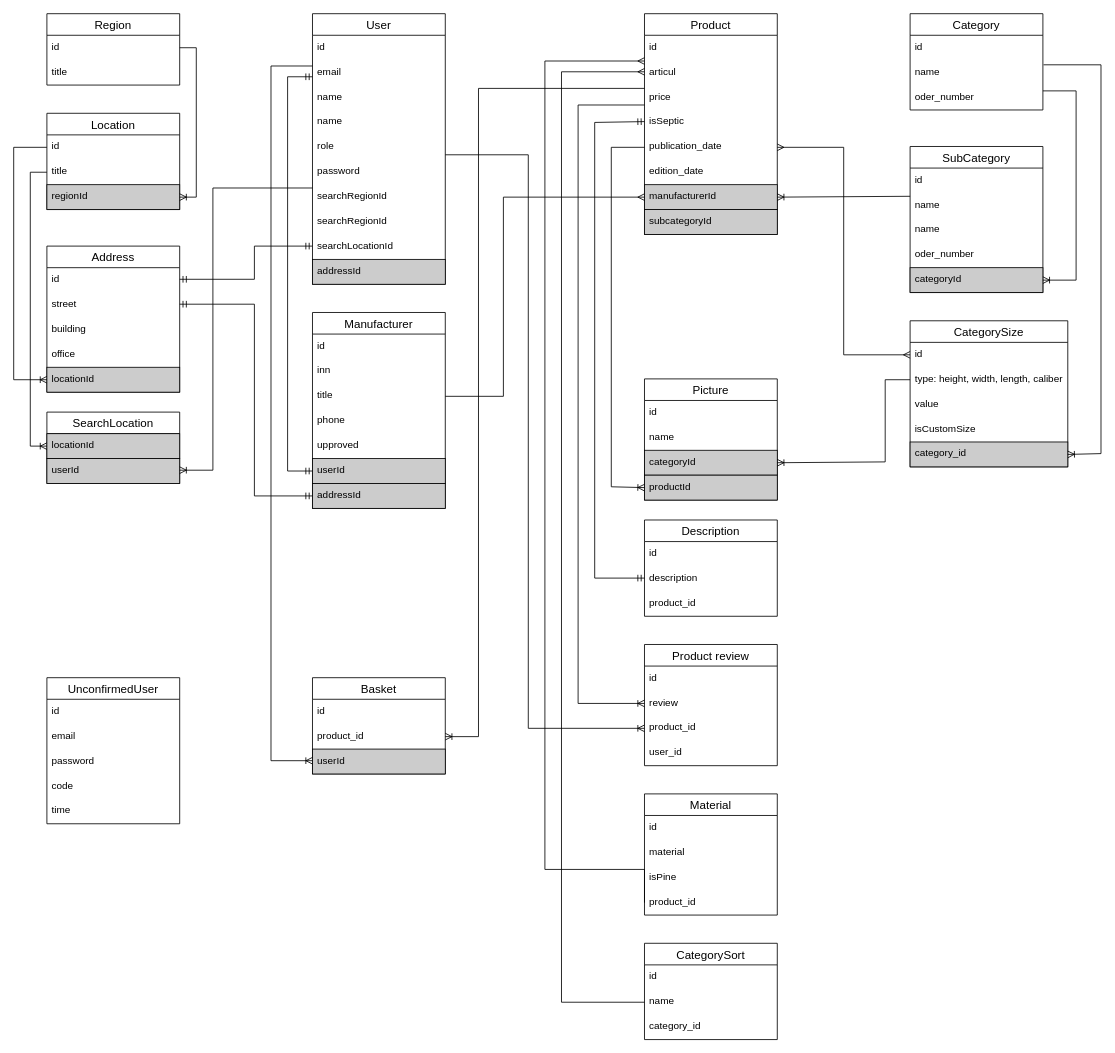
This is lesopilka.drawio from alexeyk500/lesopilka_backend, a draw.io file, before an edit. Source tidied: cells renumbered, new cells numbered last; positions are measured from the earlier drawing's top-left corner, leaving out a move shared by most shapes. Both pictures are drawn from the tidied source at 83%, with x=0, y=0 at pixel (13, 13).
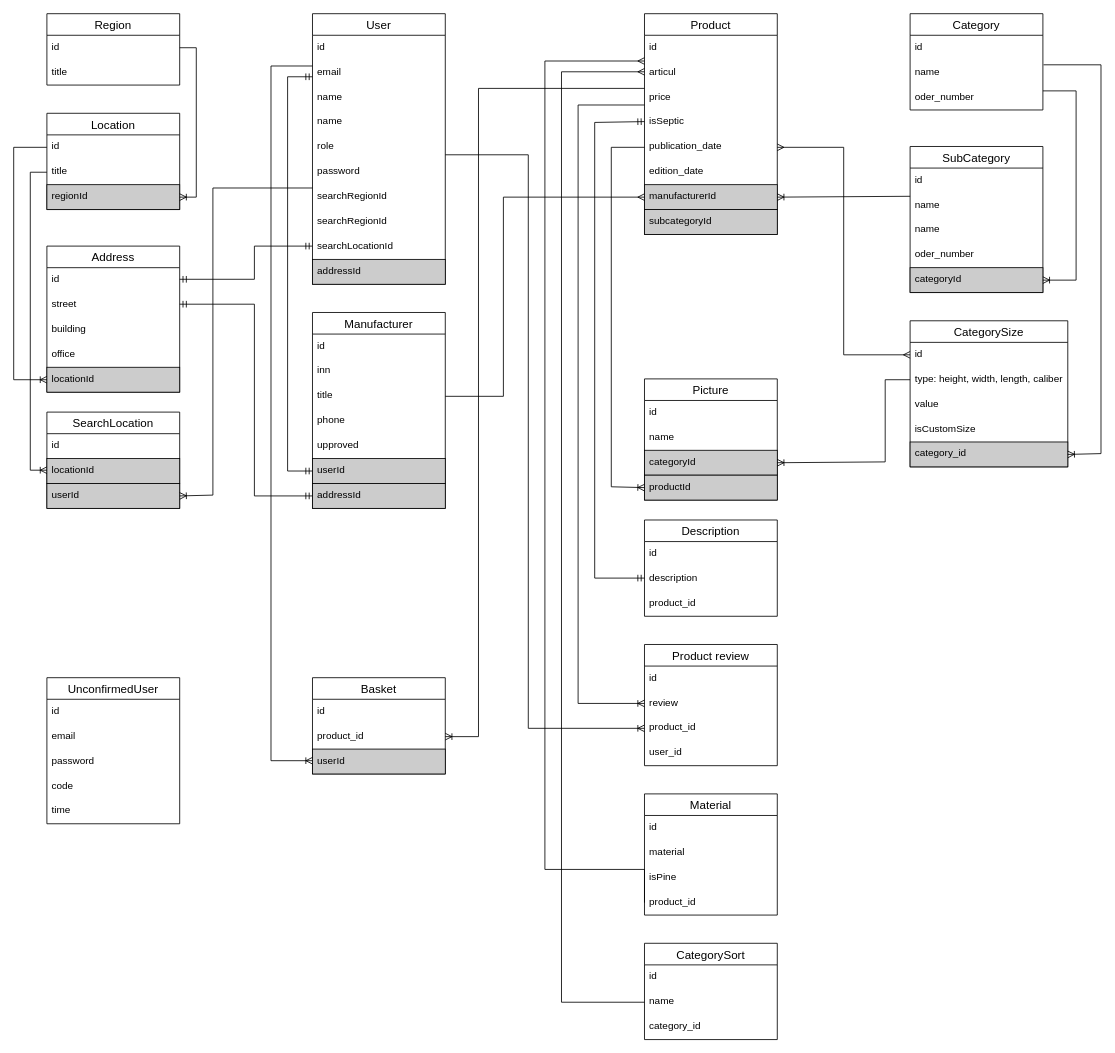
Above is the later version.

The change refers to these unchanged cells:
```xml
<mxCell id="4" value="title" style="text;strokeColor=none;fillColor=none;spacingLeft=4;spacingRight=4;overflow=hidden;points=[[0,0.5],[1,0.5]];portConstraint=eastwest;fontSize=12;" parent="2" vertex="1">
  <mxGeometry y="56" width="160" height="30" as="geometry" />
</mxCell>
```

Diff of the diagram source:
```diff
@@
     <mxCell id="111" value="SearchLocation" style="swimlane;fontStyle=0;horizontal=1;startSize=26;align=center;fontSize=14;" parent="1" vertex="1">
-      <mxGeometry x="40" y="480" width="160" height="86" as="geometry" />
+      <mxGeometry x="40" y="480" width="160" height="116" as="geometry" />
     </mxCell>
+    <mxCell id="116" value="id" style="text;strokeColor=none;fillColor=none;spacingLeft=4;spacingRight=4;overflow=hidden;fontSize=12;" parent="111" vertex="1">
+      <mxGeometry y="26" width="160" height="30" as="geometry" />
+    </mxCell>
     <mxCell id="112" value="locationId&#10;" style="text;spacingLeft=4;spacingRight=4;overflow=hidden;fontSize=12;fillColor=#CCCCCC;strokeColor=default;" parent="111" vertex="1">
-      <mxGeometry y="26" width="160" height="30" as="geometry" />
+      <mxGeometry y="56" width="160" height="30" as="geometry" />
     </mxCell>
     <mxCell id="113" value="userId&#10;" style="text;spacingLeft=4;spacingRight=4;overflow=hidden;points=[[0,0.5],[1,0.5]];portConstraint=eastwest;fontSize=12;fillColor=#CCCCCC;strokeColor=default;" parent="111" vertex="1">
-      <mxGeometry y="56" width="160" height="30" as="geometry" />
+      <mxGeometry y="86" width="160" height="30" as="geometry" />
     </mxCell>
     <mxCell id="114" style="edgeStyle=orthogonalEdgeStyle;fontSize=12;html=1;endArrow=ERoneToMany;rounded=0;exitX=0;exitY=0.5;exitDx=0;exitDy=0;" parent="1" edge="1" source="4">
       <mxGeometry relative="1" as="geometry">
-        <mxPoint x="40" y="521" as="targetPoint" />
+        <mxPoint x="40" y="550" as="targetPoint" />
         <Array as="points">
           <mxPoint x="20" y="191" />
-          <mxPoint x="20" y="521" />
+          <mxPoint x="20" y="550" />
         </Array>
       </mxGeometry>
     </mxCell>
-    <mxCell id="115" style="edgeStyle=orthogonalEdgeStyle;fontSize=12;html=1;endArrow=ERoneToMany;rounded=0;" parent="1" edge="1">
+    <mxCell id="115" style="edgeStyle=orthogonalEdgeStyle;fontSize=12;html=1;endArrow=ERoneToMany;rounded=0;entryX=1;entryY=0.5;entryDx=0;entryDy=0;" parent="1" edge="1" target="113">
       <mxGeometry relative="1" as="geometry">
         <mxPoint x="360" y="210" as="sourcePoint" />
-        <mxPoint x="200" y="550" as="targetPoint" />
         <Array as="points">
           <mxPoint x="240" y="210" />
-          <mxPoint x="240" y="550" />
+          <mxPoint x="240" y="580" />
         </Array>
       </mxGeometry>
     </mxCell>
```
